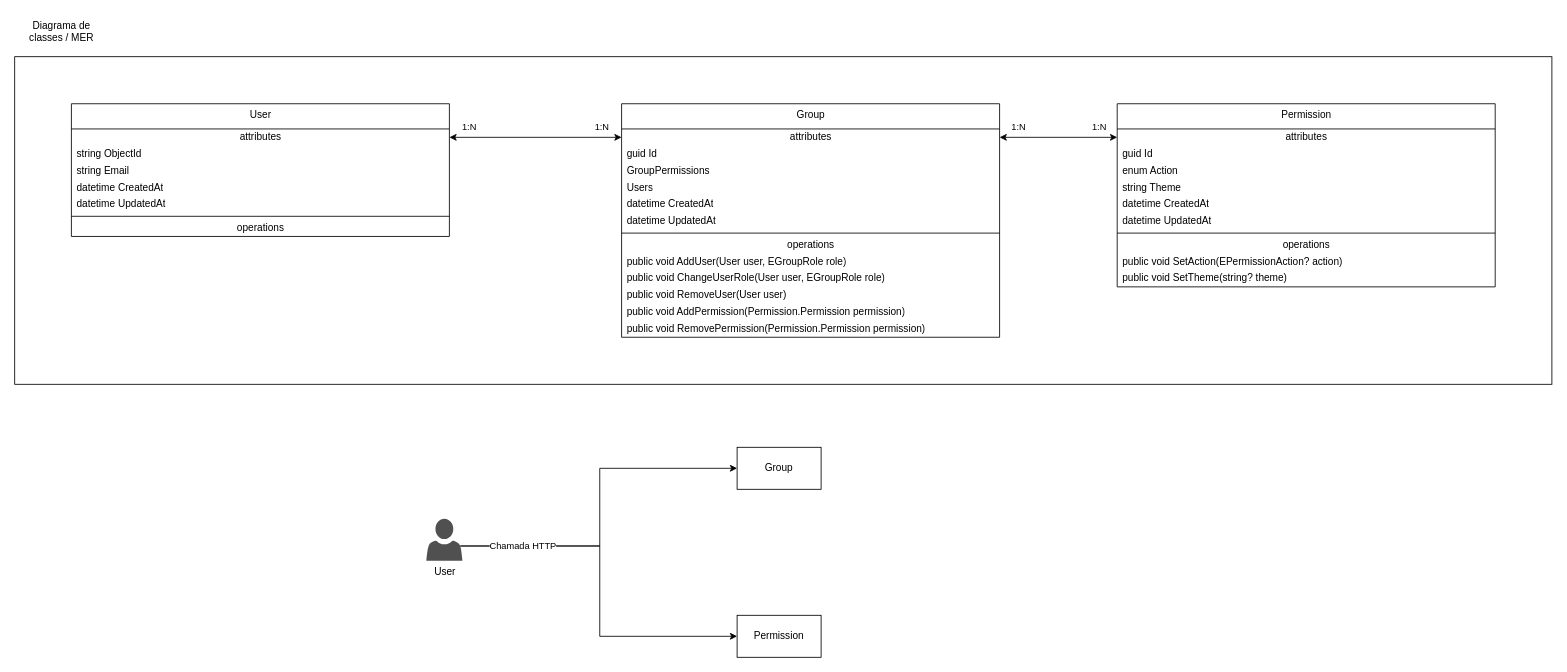
AlanEdward19/ShapeUp keeps this draw.io diagram as page "AuthService" (2 of 35) of Architecture.drawio. Above is the earlier version. Source tidied: cells renumbered, new cells numbered last; positions are measured from the earlier drawing's top-left corner, leaving out a move shared by most shapes. Both pictures are drawn from the tidied source at 84%, with x=0, y=0 at pixel (14, 14).
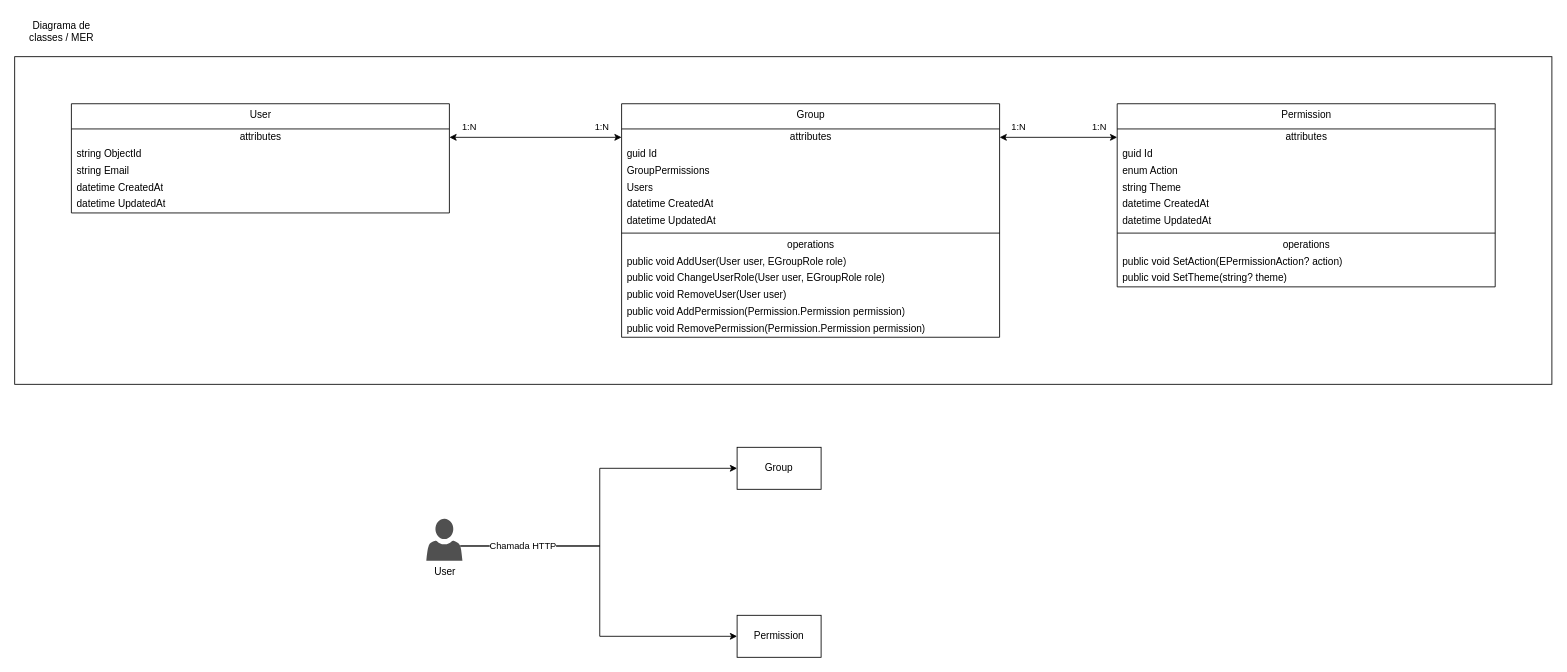
After the change.

Unchanged cells that the change refers to:
```xml
<mxCell id="11" style="group;" parent="8" vertex="1">
  <mxGeometry x="67.5" y="106" width="1695" height="278" as="geometry" />
</mxCell>
```

Diff of the diagram source:
```diff
@@
     <mxCell id="12" value="User" style="swimlane;fontStyle=0;align=center;verticalAlign=top;horizontal=1;startSize=30;html=1;whiteSpace=wrap;" parent="11" vertex="1">
-      <mxGeometry width="450" height="158" as="geometry" />
+      <mxGeometry width="450" height="130" as="geometry" />
     </mxCell>
@@
-    <mxCell id="18" style="line;strokeWidth=1;fillColor=none;align=left;verticalAlign=middle;spacingTop=-1;spacingLeft=3;spacingRight=3;labelPosition=right;" parent="12" vertex="1">
-      <mxGeometry y="130" width="450" height="8" as="geometry" />
-    </mxCell>
-    <mxCell id="19" value="operations" style="text;html=1;strokeColor=none;fillColor=none;align=center;verticalAlign=middle;spacingLeft=4;spacingRight=4;overflow=hidden;whiteSpace=wrap;" parent="12" vertex="1">
-      <mxGeometry y="138" width="450" height="20" as="geometry" />
-    </mxCell>
```
